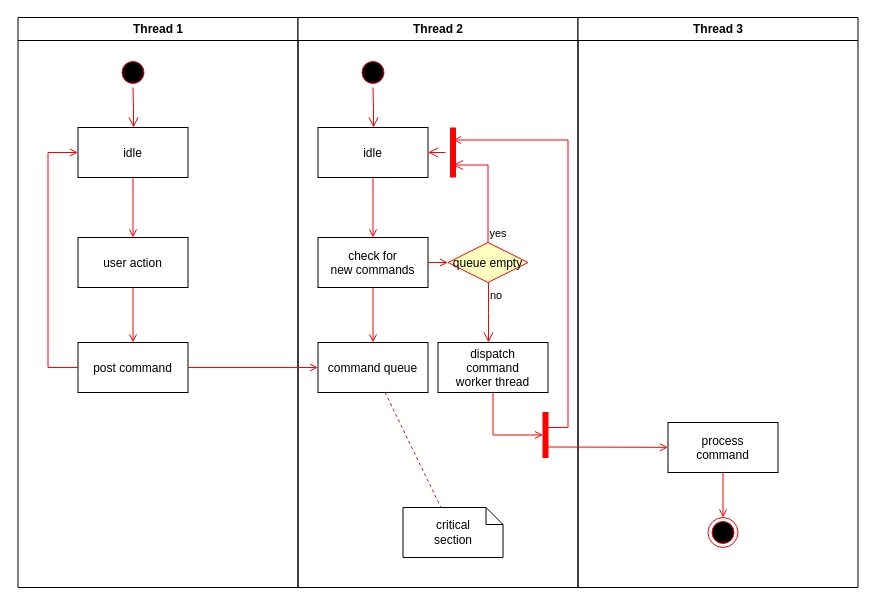
Above: Untitled Diagram.drawio in coderzhang213/txt (draw.io), before the change. Source tidied: cells renumbered, new cells numbered last; positions are measured from the earlier drawing's top-left corner, leaving out a move shared by most shapes. Both pictures are drawn from the tidied source at 100%, with x=0, y=0 at pixel (17, 17).
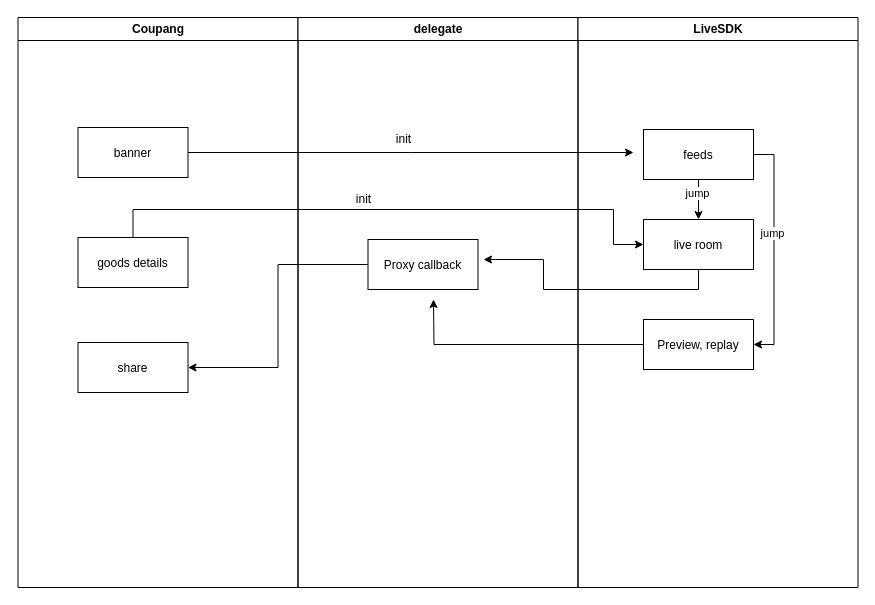
The same page after the edit.

What changed in the source:
```diff
@@
-    <mxCell id="2" value="Thread 1" style="swimlane;whiteSpace=wrap;" parent="1" vertex="1">
+    <mxCell id="2" value="Coupang" style="swimlane;whiteSpace=wrap;" parent="1" vertex="1">
       <mxGeometry x="0.5" width="280" height="570" as="geometry" />
     </mxCell>
-    <mxCell id="3" style="ellipse;shape=startState;fillColor=#000000;strokeColor=#ff0000;" parent="2" vertex="1">
-      <mxGeometry x="100" y="40" width="30" height="30" as="geometry" />
-    </mxCell>
-    <mxCell id="4" style="edgeStyle=elbowEdgeStyle;elbow=horizontal;verticalAlign=bottom;endArrow=open;endSize=8;strokeColor=#FF0000;endFill=1;rounded=0;" parent="2" edge="1" source="3" target="5">
-      <mxGeometry x="100" y="40" as="geometry" />
-    </mxCell>
-    <mxCell id="5" value="idle" parent="2" vertex="1">
+    <mxCell id="5" value="banner" parent="2" vertex="1">
       <mxGeometry x="60" y="110" width="110" height="50" as="geometry" />
     </mxCell>
-    <mxCell id="6" value="user action" parent="2" vertex="1">
+    <mxCell id="6" value="goods details" parent="2" vertex="1">
       <mxGeometry x="60" y="220" width="110" height="50" as="geometry" />
     </mxCell>
-    <mxCell id="7" style="endArrow=open;strokeColor=#FF0000;endFill=1;rounded=0;" parent="2" edge="1" source="5" target="6">
-      <mxGeometry relative="1" as="geometry" />
-    </mxCell>
-    <mxCell id="8" value="post command" parent="2" vertex="1">
+    <mxCell id="8" value="share" parent="2" vertex="1">
       <mxGeometry x="60" y="325" width="110" height="50" as="geometry" />
     </mxCell>
-    <mxCell id="9" style="endArrow=open;strokeColor=#FF0000;endFill=1;rounded=0;" parent="2" edge="1" source="6" target="8">
-      <mxGeometry relative="1" as="geometry" />
-    </mxCell>
-    <mxCell id="10" style="edgeStyle=elbowEdgeStyle;elbow=horizontal;strokeColor=#FF0000;endArrow=open;endFill=1;rounded=0;" parent="2" edge="1" source="8" target="5">
-      <mxGeometry relative="1" as="geometry">
-        <Array as="points">
-          <mxPoint x="30" y="250" />
-        </Array>
-      </mxGeometry>
-    </mxCell>
-    <mxCell id="11" value="Thread 2" style="swimlane;whiteSpace=wrap;" parent="1" vertex="1">
+    <mxCell id="11" value="delegate" style="swimlane;whiteSpace=wrap;" parent="1" vertex="1">
       <mxGeometry x="280.5" width="280" height="570" as="geometry" />
     </mxCell>
-    <mxCell id="12" style="ellipse;shape=startState;fillColor=#000000;strokeColor=#ff0000;" parent="11" vertex="1">
-      <mxGeometry x="60" y="40" width="30" height="30" as="geometry" />
-    </mxCell>
-    <mxCell id="13" style="edgeStyle=elbowEdgeStyle;elbow=horizontal;verticalAlign=bottom;endArrow=open;endSize=8;strokeColor=#FF0000;endFill=1;rounded=0;" parent="11" edge="1" source="12" target="14">
-      <mxGeometry x="40" y="20" as="geometry" />
-    </mxCell>
+    <mxCell id="25" value="Proxy callback" style="verticalAlign=middle;align=center;" parent="11" vertex="1">
+      <mxGeometry x="70" y="222" width="110" height="50" as="geometry" />
+    </mxCell>
+    <mxCell id="30" value="LiveSDK" style="swimlane;whiteSpace=wrap;" parent="1" vertex="1">
+      <mxGeometry x="560.5" width="280" height="570" as="geometry" />
+    </mxCell>
+    <mxCell id="16" style="edgeStyle=orthogonalEdgeStyle;rounded=0;jettySize=auto;html=1;entryX=0.5;entryY=0;entryDx=0;entryDy=0;" parent="30" edge="1" source="14" target="15">
+      <mxGeometry relative="1" as="geometry" />
+    </mxCell>
+    <mxCell id="37" value="jump" style="edgeLabel;html=1;align=center;verticalAlign=middle;" parent="16" vertex="1">
+      <mxGeometry x="-0.35" y="-2" relative="1" as="geometry" />
+    </mxCell>
+    <mxCell id="38" style="edgeStyle=orthogonalEdgeStyle;rounded=0;jettySize=auto;html=1;entryX=1;entryY=0.5;entryDx=0;entryDy=0;" parent="30" edge="1" source="14" target="17">
+      <mxGeometry relative="1" as="geometry">
+        <Array as="points">
+          <mxPoint x="196" y="137" />
+          <mxPoint x="196" y="327" />
+        </Array>
+      </mxGeometry>
+    </mxCell>
+    <mxCell id="39" value="jump" style="edgeLabel;html=1;align=center;verticalAlign=middle;" parent="38" vertex="1">
+      <mxGeometry x="-0.14" y="-2" relative="1" as="geometry" />
+    </mxCell>
-    <mxCell id="14" value="idle" parent="11" vertex="1">
-      <mxGeometry x="20" y="110" width="110" height="50" as="geometry" />
+    <mxCell id="14" value="feeds" parent="30" vertex="1">
+      <mxGeometry x="65.5" y="112" width="110" height="50" as="geometry" />
     </mxCell>
-    <mxCell id="15" value="check for &#10;new commands" parent="11" vertex="1">
-      <mxGeometry x="20" y="220" width="110" height="50" as="geometry" />
+    <mxCell id="15" value="live room" parent="30" vertex="1">
+      <mxGeometry x="65.5" y="202" width="110" height="50" as="geometry" />
     </mxCell>
-    <mxCell id="16" style="endArrow=open;strokeColor=#FF0000;endFill=1;rounded=0;" parent="11" edge="1" source="14" target="15">
-      <mxGeometry relative="1" as="geometry" />
-    </mxCell>
-    <mxCell id="17" value="command queue" parent="11" vertex="1">
-      <mxGeometry x="20" y="325" width="110" height="50" as="geometry" />
+    <mxCell id="17" value="Preview, replay" parent="30" vertex="1">
+      <mxGeometry x="65.5" y="302" width="110" height="50" as="geometry" />
     </mxCell>
-    <mxCell id="18" style="endArrow=open;strokeColor=#FF0000;endFill=1;rounded=0;" parent="11" edge="1" source="15" target="17">
-      <mxGeometry relative="1" as="geometry" />
-    </mxCell>
-    <mxCell id="19" value="queue empty" style="rhombus;fillColor=#ffffc0;strokeColor=#ff0000;" parent="11" vertex="1">
-      <mxGeometry x="150" y="225" width="80" height="40" as="geometry" />
-    </mxCell>
-    <mxCell id="20" value="yes" style="edgeStyle=elbowEdgeStyle;elbow=horizontal;align=left;verticalAlign=bottom;endArrow=open;endSize=8;strokeColor=#FF0000;exitX=0.5;exitY=0;endFill=1;rounded=0;entryX=0.75;entryY=0.5;entryPerimeter=0;" parent="11" edge="1" source="19" target="23">
-      <mxGeometry x="-1" relative="1" as="geometry">
-        <Array as="points">
-          <mxPoint x="190" y="180" />
-        </Array>
-      </mxGeometry>
-    </mxCell>
-    <mxCell id="21" value="no" style="edgeStyle=elbowEdgeStyle;elbow=horizontal;align=left;verticalAlign=top;endArrow=open;endSize=8;strokeColor=#FF0000;endFill=1;rounded=0;" parent="11" edge="1" source="19" target="25">
-      <mxGeometry x="-1" relative="1" as="geometry" />
-    </mxCell>
-    <mxCell id="22" style="endArrow=open;strokeColor=#FF0000;endFill=1;rounded=0;" parent="11" edge="1" source="15" target="19">
-      <mxGeometry relative="1" as="geometry" />
-    </mxCell>
-    <mxCell id="23" style="shape=line;strokeWidth=6;strokeColor=#ff0000;rotation=90;" parent="11" vertex="1">
-      <mxGeometry x="130" y="127.5" width="50" height="15" as="geometry" />
-    </mxCell>
-    <mxCell id="24" style="edgeStyle=elbowEdgeStyle;elbow=horizontal;verticalAlign=bottom;endArrow=open;endSize=8;strokeColor=#FF0000;endFill=1;rounded=0;" parent="11" edge="1" source="23" target="14">
-      <mxGeometry x="130" y="90" as="geometry" />
-    </mxCell>
-    <mxCell id="25" value="dispatch&#10;command&#10;worker thread" parent="11" vertex="1">
-      <mxGeometry x="140" y="325" width="110" height="50" as="geometry" />
-    </mxCell>
-    <mxCell id="26" value="critical&#10;section" style="shape=note;whiteSpace=wrap;size=17;" parent="11" vertex="1">
-      <mxGeometry x="105" y="490" width="100" height="50" as="geometry" />
-    </mxCell>
-    <mxCell id="27" style="endArrow=none;strokeColor=#FF0000;endFill=0;rounded=0;dashed=1;" parent="11" edge="1" source="17" target="26">
-      <mxGeometry relative="1" as="geometry" />
-    </mxCell>
-    <mxCell id="28" style="whiteSpace=wrap;strokeColor=#FF0000;fillColor=#FF0000;" parent="11" vertex="1">
-      <mxGeometry x="245" y="395" width="5" height="45" as="geometry" />
-    </mxCell>
-    <mxCell id="29" style="edgeStyle=elbowEdgeStyle;elbow=horizontal;entryX=0;entryY=0.5;strokeColor=#FF0000;endArrow=open;endFill=1;rounded=0;" parent="11" edge="1" source="25" target="28">
-      <mxGeometry relative="1" as="geometry">
-        <Array as="points">
-          <mxPoint x="195" y="400" />
-        </Array>
-      </mxGeometry>
-    </mxCell>
-    <mxCell id="30" value="Thread 3" style="swimlane;whiteSpace=wrap;" parent="1" vertex="1">
-      <mxGeometry x="560.5" width="280" height="570" as="geometry" />
-    </mxCell>
-    <mxCell id="31" value="process&#10;command" parent="30" vertex="1">
-      <mxGeometry x="90" y="405" width="110" height="50" as="geometry" />
-    </mxCell>
-    <mxCell id="32" style="edgeStyle=elbowEdgeStyle;elbow=horizontal;strokeColor=#FF0000;endArrow=open;endFill=1;rounded=0;entryX=0.25;entryY=0.5;entryPerimeter=0;" parent="30" edge="1" target="23">
-      <mxGeometry relative="1" as="geometry">
-        <mxPoint x="-30" y="410" as="sourcePoint" />
-        <Array as="points">
-          <mxPoint x="-10" y="135" />
-        </Array>
-      </mxGeometry>
-    </mxCell>
-    <mxCell id="33" style="edgeStyle=none;strokeColor=#FF0000;endArrow=open;endFill=1;rounded=0;" parent="30" edge="1" target="31">
-      <mxGeometry relative="1" as="geometry">
-        <mxPoint x="-30" y="429.5" as="sourcePoint" />
-      </mxGeometry>
-    </mxCell>
-    <mxCell id="34" style="ellipse;shape=endState;fillColor=#000000;strokeColor=#ff0000;" parent="30" vertex="1">
-      <mxGeometry x="130" y="500" width="30" height="30" as="geometry" />
-    </mxCell>
-    <mxCell id="35" style="endArrow=open;strokeColor=#FF0000;endFill=1;rounded=0;" parent="30" edge="1" source="31" target="34">
-      <mxGeometry relative="1" as="geometry" />
-    </mxCell>
-    <mxCell id="36" style="endArrow=open;strokeColor=#FF0000;endFill=1;rounded=0;" parent="1" edge="1" source="8" target="17">
-      <mxGeometry relative="1" as="geometry" />
-    </mxCell>
+    <mxCell id="40" style="edgeStyle=orthogonalEdgeStyle;rounded=0;jettySize=auto;html=1;" parent="1" edge="1" source="5">
+      <mxGeometry relative="1" as="geometry">
+        <mxPoint x="616" y="135" as="targetPoint" />
+      </mxGeometry>
+    </mxCell>
+    <mxCell id="41" value="init" style="text;html=1;align=center;verticalAlign=middle;" parent="1" vertex="1">
+      <mxGeometry x="371" y="112" width="30" height="20" as="geometry" />
+    </mxCell>
+    <mxCell id="42" style="edgeStyle=orthogonalEdgeStyle;rounded=0;jettySize=auto;html=1;entryX=0;entryY=0.5;entryDx=0;entryDy=0;" parent="1" edge="1" source="6" target="15">
+      <mxGeometry relative="1" as="geometry">
+        <Array as="points">
+          <mxPoint x="116" y="192" />
+          <mxPoint x="596" y="192" />
+          <mxPoint x="596" y="227" />
+        </Array>
+      </mxGeometry>
+    </mxCell>
+    <mxCell id="43" style="edgeStyle=orthogonalEdgeStyle;rounded=0;jettySize=auto;html=1;" parent="1" edge="1" source="15">
+      <mxGeometry relative="1" as="geometry">
+        <mxPoint x="466" y="242" as="targetPoint" />
+        <Array as="points">
+          <mxPoint x="681" y="272" />
+          <mxPoint x="526" y="272" />
+          <mxPoint x="526" y="242" />
+        </Array>
+      </mxGeometry>
+    </mxCell>
+    <mxCell id="44" value="init" style="text;html=1;align=center;verticalAlign=middle;" parent="1" vertex="1">
+      <mxGeometry x="331" y="172" width="30" height="20" as="geometry" />
+    </mxCell>
+    <mxCell id="45" style="edgeStyle=orthogonalEdgeStyle;rounded=0;jettySize=auto;html=1;" parent="1" edge="1" source="17">
+      <mxGeometry relative="1" as="geometry">
+        <mxPoint x="416" y="282" as="targetPoint" />
+      </mxGeometry>
+    </mxCell>
+    <mxCell id="46" style="edgeStyle=orthogonalEdgeStyle;rounded=0;jettySize=auto;html=1;entryX=1;entryY=0.5;entryDx=0;entryDy=0;" parent="1" edge="1" source="25" target="8">
+      <mxGeometry relative="1" as="geometry" />
+    </mxCell>
```
